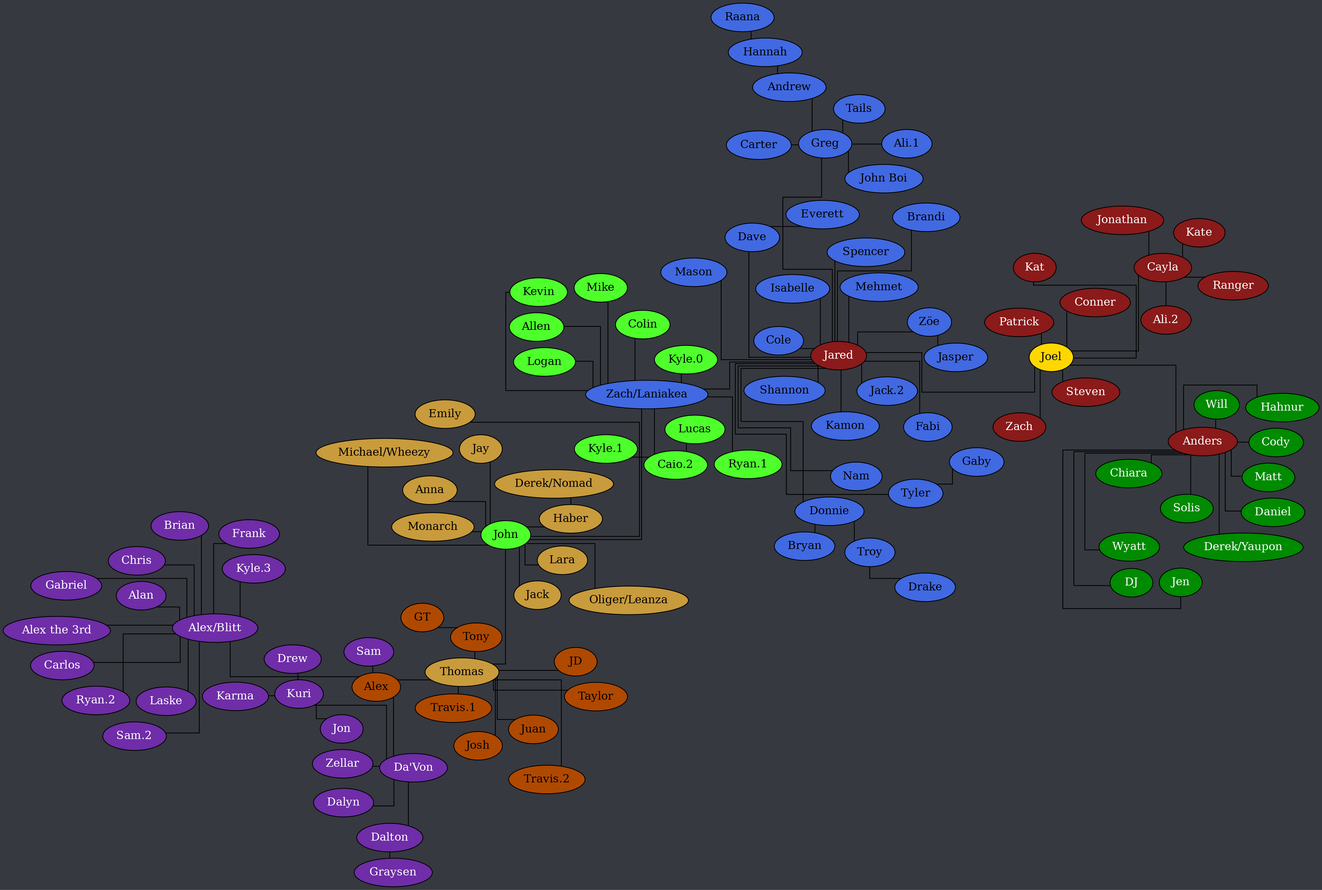
Above: tree.png in Documidas/CoronaCatzFamilyTree (Graphviz), before the change. Its source is kept beside it as tree.dot.
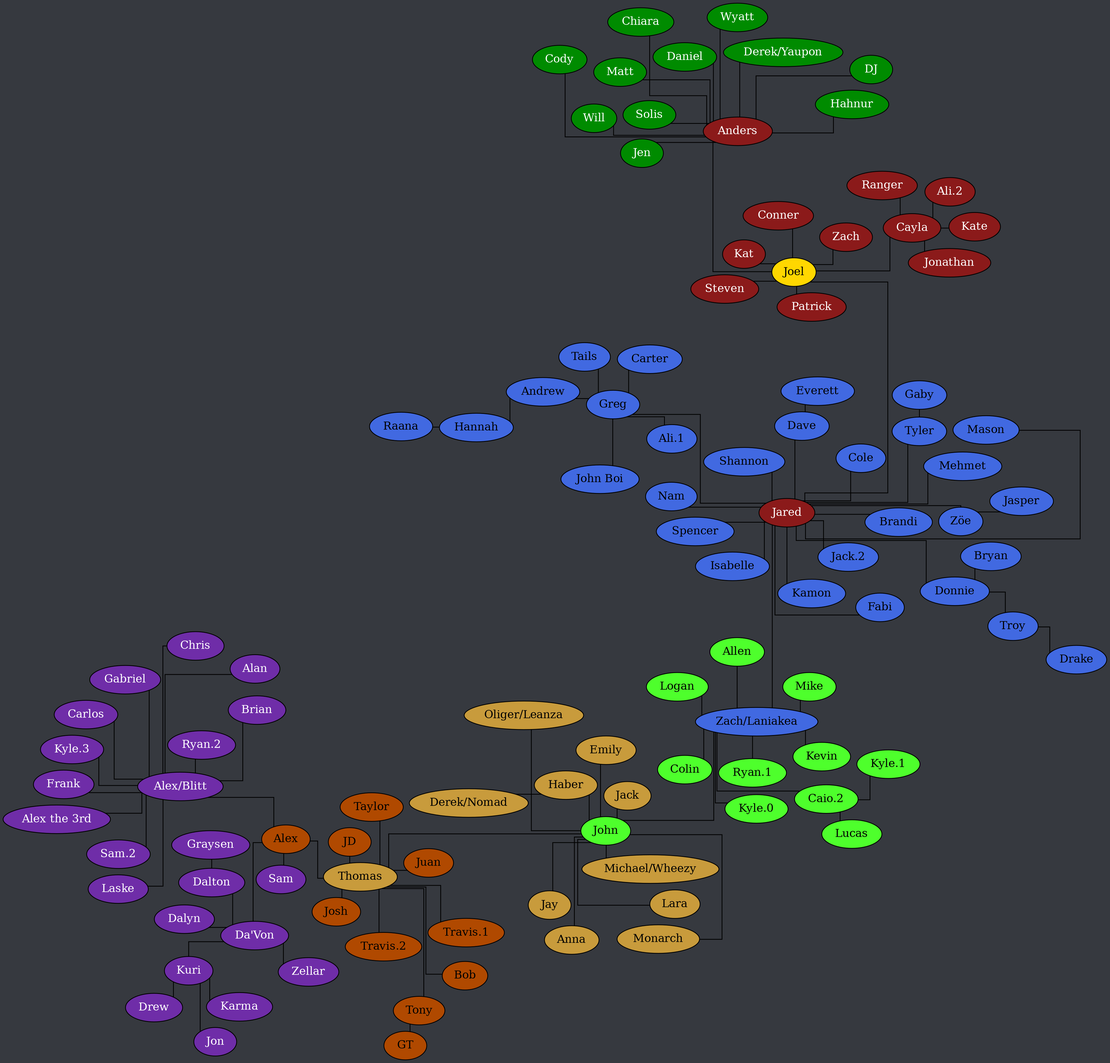
After the change.

Diff of the diagram source:
```diff
@@ -121,6 +121,7 @@
 		node [ style=filled fillcolor="#b04900" fontcolor="black" ];
 
 		Thomas -- Alex;
+		Thomas -- Bob;
 		Thomas -- JD;
 		Thomas -- Josh;
 		Thomas -- Juan;
```
